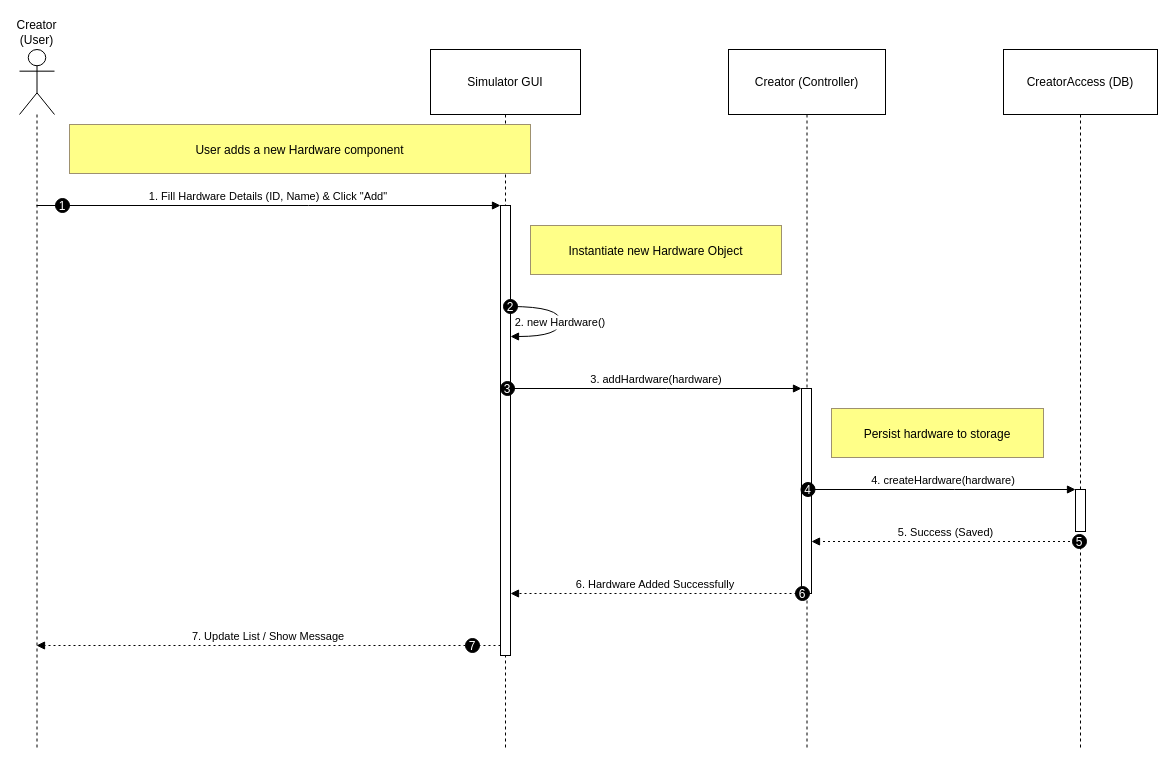
Above: page "Manager_Hardware_Adding_Usecase" (3 of 12) of Usecase2.drawio in EliyaMalka/Drawio (draw.io), before the change. Source tidied: cells renumbered, new cells numbered last; positions are measured from the earlier drawing's top-left corner, leaving out a move shared by most shapes. Both pictures are drawn from the tidied source at 100%, with x=0, y=0 at pixel (19, 49).
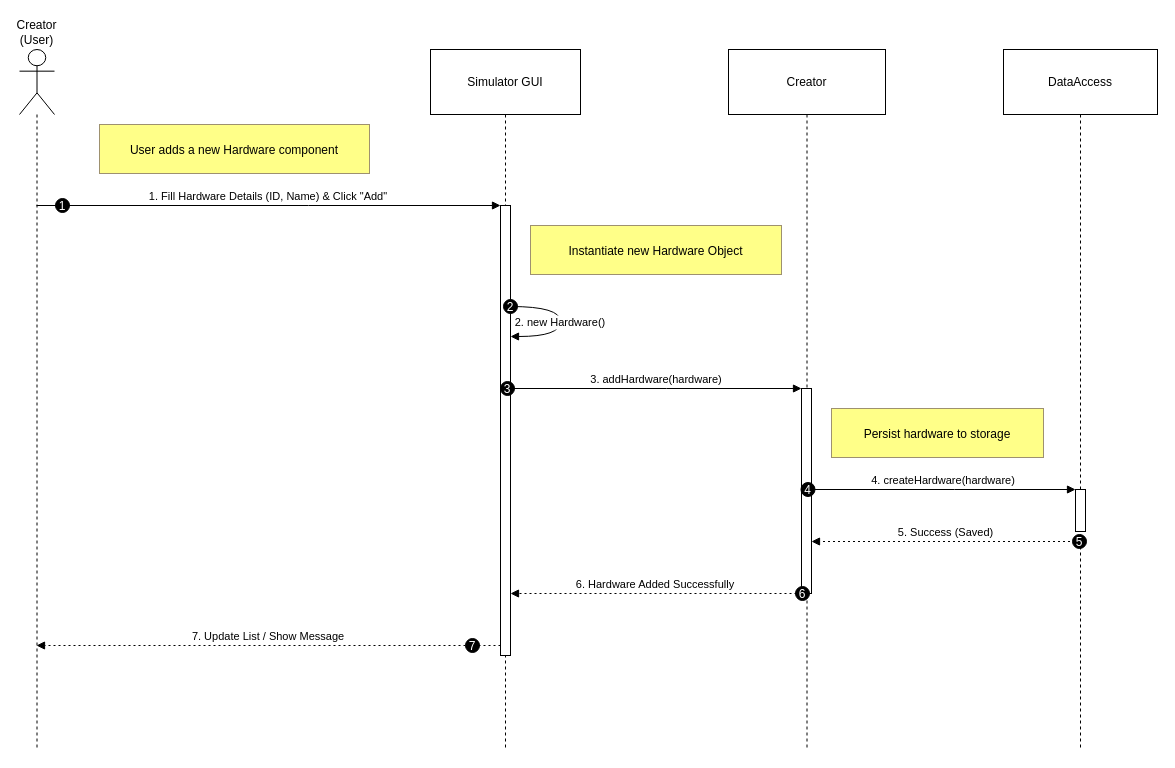
After the change.

Change to the diagram source:
```diff
@@
-    <mxCell id="5" value="Creator (Controller)" style="shape=umlLifeline;perimeter=lifelinePerimeter;whiteSpace=wrap;newEdgeStyle={&quot;edgeStyle&quot;:&quot;elbowEdgeStyle&quot;,&quot;elbow&quot;:&quot;vertical&quot;,&quot;curved&quot;:0,&quot;rounded&quot;:0};size=65;" parent="1" vertex="1">
+    <mxCell id="5" value="Creator" style="shape=umlLifeline;perimeter=lifelinePerimeter;whiteSpace=wrap;newEdgeStyle={&quot;edgeStyle&quot;:&quot;elbowEdgeStyle&quot;,&quot;elbow&quot;:&quot;vertical&quot;,&quot;curved&quot;:0,&quot;rounded&quot;:0};size=65;" parent="1" vertex="1">
       <mxGeometry x="709" width="157" height="701" as="geometry" />
     </mxCell>
@@
-    <mxCell id="7" value="CreatorAccess (DB)" style="shape=umlLifeline;perimeter=lifelinePerimeter;whiteSpace=wrap;outlineConnect=0;portConstraint=eastwest;newEdgeStyle={&quot;edgeStyle&quot;:&quot;elbowEdgeStyle&quot;,&quot;elbow&quot;:&quot;vertical&quot;,&quot;curved&quot;:0,&quot;rounded&quot;:0};size=65;" parent="1" vertex="1">
+    <mxCell id="7" value="DataAccess" style="shape=umlLifeline;perimeter=lifelinePerimeter;whiteSpace=wrap;outlineConnect=0;portConstraint=eastwest;newEdgeStyle={&quot;edgeStyle&quot;:&quot;elbowEdgeStyle&quot;,&quot;elbow&quot;:&quot;vertical&quot;,&quot;curved&quot;:0,&quot;rounded&quot;:0};size=65;" parent="1" vertex="1">
       <mxGeometry x="984" width="154" height="701" as="geometry" />
     </mxCell>
@@
     <mxCell id="23" value="User adds a new Hardware component" style="fillColor=#ffff88;strokeColor=#9E916F;" parent="1" vertex="1">
-      <mxGeometry x="50" y="75" width="461" height="49" as="geometry" />
+      <mxGeometry x="80" y="75" width="270" height="49" as="geometry" />
     </mxCell>
```
